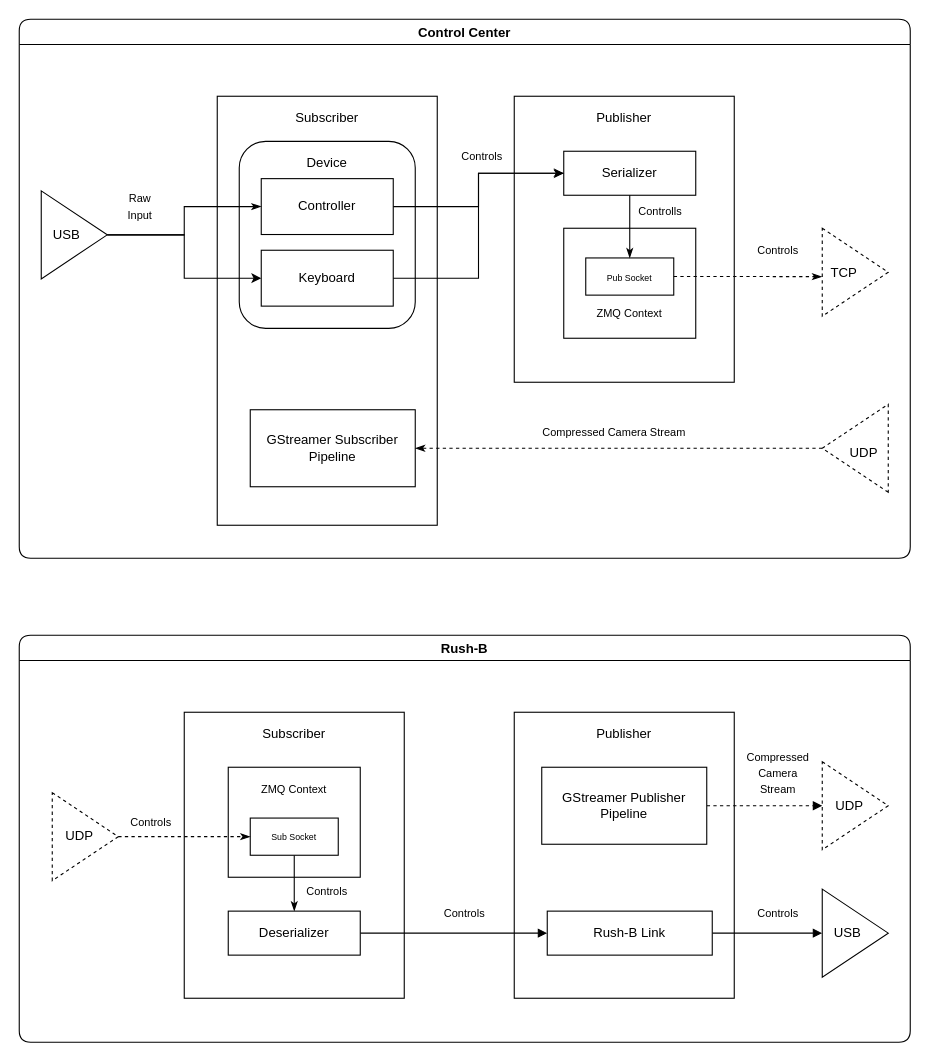
Before: page "Dataflow" (4 of 5) of docs/diagrams/Design.drawio in GjergjiSh/Rush-B, a draw.io diagram. Source tidied: cells renumbered, new cells numbered last; positions are measured from the earlier drawing's top-left corner, leaving out a move shared by most shapes. Both pictures are drawn from the tidied source at 110%, with x=0, y=0 at pixel (19, 19).
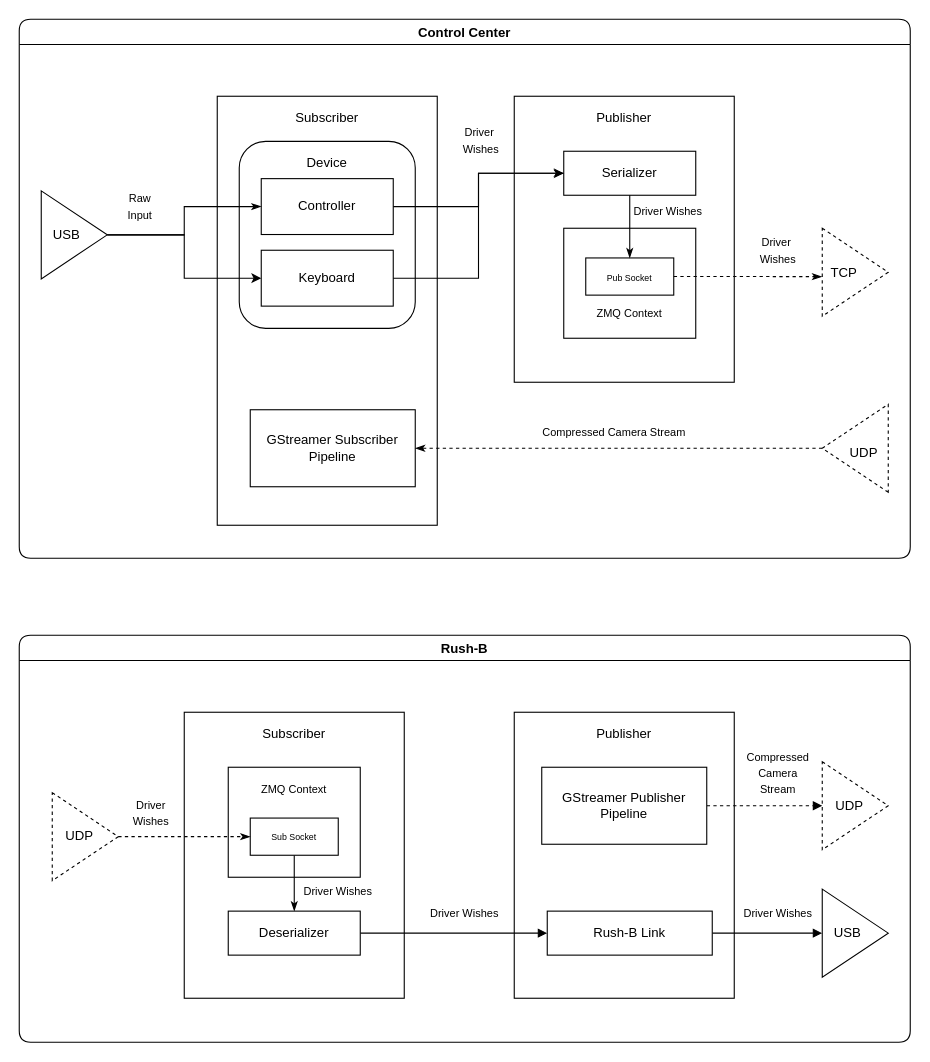
Above is the later version.

Unchanged cells that the change refers to:
```xml
<mxCell id="2" value="Control Center" style="swimlane;rounded=1;fillColor=none;startSize=23;" parent="1" vertex="1">
  <mxGeometry width="810" height="490" as="geometry" />
</mxCell>
<mxCell id="34" value="Rush-B" style="swimlane;rounded=1;fillColor=none;startSize=23;" parent="1" vertex="1">
  <mxGeometry y="560" width="810" height="370" as="geometry" />
</mxCell>
```

Change to the diagram source:
```diff
@@
-    <mxCell id="16" value="&lt;span style=&quot;font-size: 10px&quot;&gt;Controls&lt;/span&gt;" style="text;html=1;strokeColor=none;fillColor=none;align=center;verticalAlign=middle;whiteSpace=wrap;rounded=0;" parent="2" vertex="1">
-      <mxGeometry x="401" y="114" width="40" height="20" as="geometry" />
+    <mxCell id="16" value="&lt;span style=&quot;font-size: 10px&quot;&gt;Driver&amp;nbsp;&lt;br&gt;&lt;/span&gt;&lt;span style=&quot;font-size: 10px&quot;&gt;Wishes&lt;/span&gt;" style="text;html=1;strokeColor=none;fillColor=none;align=center;verticalAlign=middle;whiteSpace=wrap;rounded=0;" parent="2" vertex="1">
+      <mxGeometry x="400" y="100" width="40" height="20" as="geometry" />
     </mxCell>
@@
-    <mxCell id="18" value="&lt;span style=&quot;font-size: 10px&quot;&gt;Controls&lt;/span&gt;" style="text;html=1;strokeColor=none;fillColor=none;align=center;verticalAlign=middle;whiteSpace=wrap;rounded=0;" parent="2" vertex="1">
+    <mxCell id="18" value="&lt;span style=&quot;font-size: 10px&quot;&gt;Driver&amp;nbsp;&lt;br&gt;&lt;/span&gt;&lt;span style=&quot;font-size: 10px&quot;&gt;Wishes&lt;/span&gt;" style="text;html=1;strokeColor=none;fillColor=none;align=center;verticalAlign=middle;whiteSpace=wrap;rounded=0;" parent="2" vertex="1">
       <mxGeometry x="670" y="200" width="40" height="20" as="geometry" />
     </mxCell>
@@
-    <mxCell id="33" value="&lt;span style=&quot;font-size: 10px&quot;&gt;Controlls&lt;/span&gt;" style="text;html=1;strokeColor=none;fillColor=none;align=center;verticalAlign=middle;whiteSpace=wrap;rounded=0;" parent="1" vertex="1">
-      <mxGeometry x="563" y="164" width="40" height="20" as="geometry" />
+    <mxCell id="33" value="&lt;span style=&quot;font-size: 10px&quot;&gt;Driver&amp;nbsp;&lt;/span&gt;&lt;span style=&quot;font-size: 10px&quot;&gt;Wishes&lt;/span&gt;" style="text;html=1;strokeColor=none;fillColor=none;align=center;verticalAlign=middle;whiteSpace=wrap;rounded=0;" parent="2" vertex="1">
+      <mxGeometry x="570" y="164" width="40" height="20" as="geometry" />
     </mxCell>
@@
-    <mxCell id="40" value="&lt;font style=&quot;font-size: 10px&quot;&gt;Controls&lt;/font&gt;" style="text;html=1;strokeColor=none;fillColor=none;align=center;verticalAlign=middle;whiteSpace=wrap;rounded=0;" parent="34" vertex="1">
-      <mxGeometry x="100" y="160" width="40" height="20" as="geometry" />
+    <mxCell id="40" value="&lt;font style=&quot;font-size: 10px&quot;&gt;Driver&lt;br&gt;Wishes&lt;br&gt;&lt;/font&gt;" style="text;html=1;strokeColor=none;fillColor=none;align=center;verticalAlign=middle;whiteSpace=wrap;rounded=0;" parent="34" vertex="1">
+      <mxGeometry x="100" y="151.2" width="40" height="20" as="geometry" />
     </mxCell>
@@
-    <mxCell id="49" value="&lt;font style=&quot;font-size: 10px&quot;&gt;Controls&lt;/font&gt;" style="text;html=1;strokeColor=none;fillColor=none;align=center;verticalAlign=middle;whiteSpace=wrap;rounded=0;" parent="34" vertex="1">
-      <mxGeometry x="260" y="223.1" width="40" height="20" as="geometry" />
+    <mxCell id="49" value="&lt;span style=&quot;font-size: 10px&quot;&gt;Driver&amp;nbsp;&lt;/span&gt;&lt;span style=&quot;font-size: 10px&quot;&gt;Wishes&lt;/span&gt;" style="text;html=1;strokeColor=none;fillColor=none;align=center;verticalAlign=middle;whiteSpace=wrap;rounded=0;" parent="34" vertex="1">
+      <mxGeometry x="260" y="223.1" width="60" height="20" as="geometry" />
     </mxCell>
@@
-    <mxCell id="55" value="&lt;font style=&quot;font-size: 10px&quot;&gt;Controls&lt;/font&gt;" style="text;html=1;strokeColor=none;fillColor=none;align=center;verticalAlign=middle;whiteSpace=wrap;rounded=0;" parent="34" vertex="1">
-      <mxGeometry x="385" y="243.1" width="40" height="20" as="geometry" />
-    </mxCell>
-    <mxCell id="56" value="&lt;font style=&quot;font-size: 10px&quot;&gt;Controls&lt;/font&gt;" style="text;html=1;strokeColor=none;fillColor=none;align=center;verticalAlign=middle;whiteSpace=wrap;rounded=0;" parent="34" vertex="1">
+    <mxCell id="56" value="&lt;span style=&quot;font-size: 10px&quot;&gt;Driver&amp;nbsp;&lt;/span&gt;&lt;span style=&quot;font-size: 10px&quot;&gt;Wishes&lt;/span&gt;" style="text;html=1;strokeColor=none;fillColor=none;align=center;verticalAlign=middle;whiteSpace=wrap;rounded=0;" parent="34" vertex="1">
       <mxGeometry x="670" y="243.1" width="40" height="20" as="geometry" />
     </mxCell>
@@
+    <mxCell id="55" value="&lt;span style=&quot;font-size: 10px&quot;&gt;Driver&amp;nbsp;&lt;/span&gt;&lt;span style=&quot;font-size: 10px&quot;&gt;Wishes&lt;/span&gt;" style="text;html=1;strokeColor=none;fillColor=none;align=center;verticalAlign=middle;whiteSpace=wrap;rounded=0;" parent="34" vertex="1">
+      <mxGeometry x="385" y="243.1" width="40" height="20" as="geometry" />
+    </mxCell>
```
